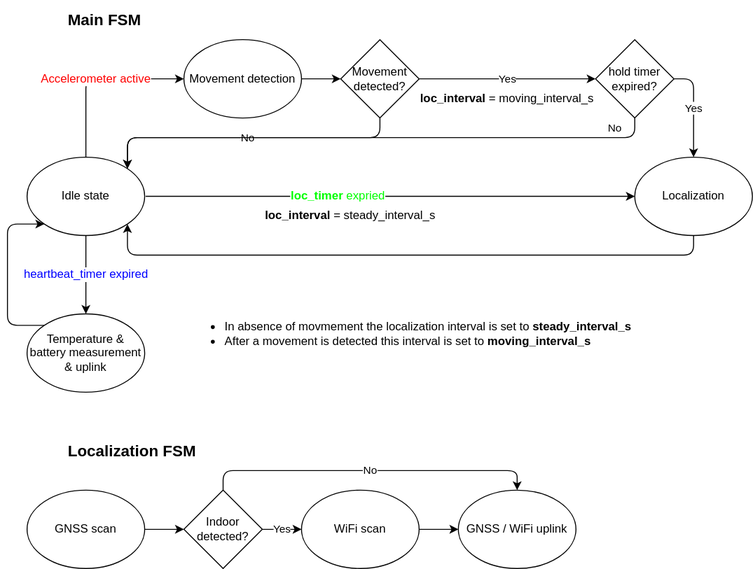
truvami/docs keeps this draw.io diagram as static/img/smart label/fsm.svg. Above is the earlier version. Source tidied: cells renumbered, new cells last; positions are measured from the earlier drawing's top-left corner, leaving out a move shared by most shapes.
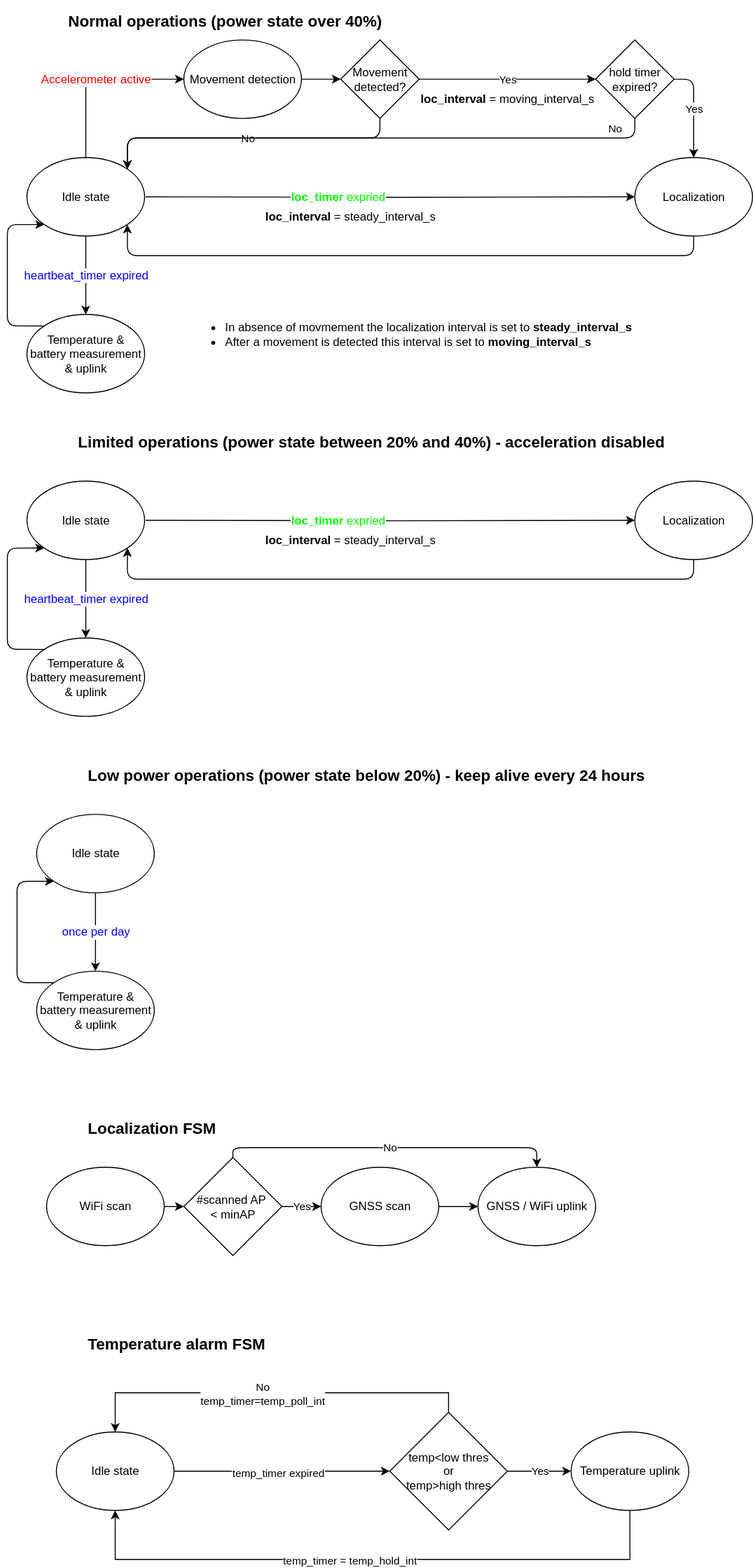
The same diagram one commit later.

Diff of the diagram source:
```diff
@@ -5,11 +5,11 @@
     <mxCell id="2" value="&lt;font color=&quot;#ff0000&quot;&gt;Accelerometer active&lt;/font&gt;" style="edgeStyle=orthogonalEdgeStyle;html=1;exitX=0.5;exitY=0;exitDx=0;exitDy=0;entryX=0;entryY=0.5;entryDx=0;entryDy=0;fontSize=12;" parent="1" edge="1" source="5" target="9">
       <mxGeometry relative="1" as="geometry" />
     </mxCell>
-    <mxCell id="3" value="&lt;font color=&quot;#00ff00&quot;&gt;&lt;b&gt;loc_timer&lt;/b&gt; expried&lt;/font&gt;" style="edgeStyle=orthogonalEdgeStyle;html=1;exitX=1;exitY=0.5;exitDx=0;exitDy=0;fontSize=12;entryX=0;entryY=0.5;entryDx=0;entryDy=0;" parent="1" edge="1" target="7">
-      <mxGeometry x="-0.22" relative="1" as="geometry">
-        <mxPoint x="141" y="200" as="sourcePoint" />
-      </mxGeometry>
-    </mxCell>
+    <mxCell id="32" value="&lt;font color=&quot;#00ff00&quot;&gt;&lt;b&gt;loc_timer&lt;/b&gt; expried&lt;/font&gt;" style="edgeStyle=orthogonalEdgeStyle;html=1;exitX=1;exitY=0.5;exitDx=0;exitDy=0;fontSize=12;entryX=0;entryY=0.5;entryDx=0;entryDy=0;" parent="1" edge="1" target="7">
+      <mxGeometry x="-0.22" relative="1" as="geometry">
+        <mxPoint x="141" y="200" as="sourcePoint" />
+      </mxGeometry>
+    </mxCell>
     <mxCell id="4" value="&lt;font color=&quot;#0000ff&quot; style=&quot;font-size: 12px;&quot;&gt;heartbeat_timer expired&lt;/font&gt;" style="edgeStyle=orthogonalEdgeStyle;html=1;entryX=0.5;entryY=0;entryDx=0;entryDy=0;fontSize=12;fontColor=#FF0000;" parent="1" edge="1" source="5" target="28">
       <mxGeometry relative="1" as="geometry" />
     </mxCell>
@@ -42,38 +42,38 @@
     <mxCell id="12" value="Movement&lt;br&gt;detected?" style="rhombus;whiteSpace=wrap;html=1;" parent="1" vertex="1">
       <mxGeometry x="340" y="40" width="80" height="80" as="geometry" />
     </mxCell>
-    <mxCell id="13" style="edgeStyle=orthogonalEdgeStyle;html=1;exitX=1;exitY=0.5;exitDx=0;exitDy=0;entryX=0;entryY=0.5;entryDx=0;entryDy=0;" parent="1" edge="1" source="14" target="17">
-      <mxGeometry relative="1" as="geometry" />
-    </mxCell>
+    <mxCell id="33" style="edgeStyle=orthogonalEdgeStyle;html=1;exitX=1;exitY=0.5;exitDx=0;exitDy=0;entryX=0;entryY=0.5;entryDx=0;entryDy=0;" parent="1" edge="1" source="19" target="35">
+      <mxGeometry relative="1" as="geometry" />
+    </mxCell>
+    <mxCell id="19" value="WiFi scan" style="ellipse;whiteSpace=wrap;html=1;" parent="1" vertex="1">
+      <mxGeometry x="40" y="1190" width="120" height="80" as="geometry" />
+    </mxCell>
+    <mxCell id="34" value="Yes" style="edgeStyle=orthogonalEdgeStyle;html=1;exitX=1;exitY=0.5;exitDx=0;exitDy=0;entryX=0;entryY=0.5;entryDx=0;entryDy=0;" parent="1" edge="1" source="35" target="14">
+      <mxGeometry relative="1" as="geometry" />
+    </mxCell>
+    <mxCell id="16" value="No" style="edgeStyle=orthogonalEdgeStyle;html=1;exitX=0.5;exitY=0;exitDx=0;exitDy=0;entryX=0.5;entryY=0;entryDx=0;entryDy=0;" parent="1" edge="1" source="35" target="20">
+      <mxGeometry relative="1" as="geometry">
+        <Array as="points">
+          <mxPoint x="230" y="1170" />
+          <mxPoint x="540" y="1170" />
+        </Array>
+      </mxGeometry>
+    </mxCell>
+    <mxCell id="35" value="&lt;div&gt;&lt;span style=&quot;background-color: transparent; color: light-dark(rgb(0, 0, 0), rgb(255, 255, 255));&quot;&gt;#scanned AP&amp;nbsp;&lt;/span&gt;&lt;/div&gt;&lt;div&gt;&amp;lt;&amp;nbsp;&lt;span style=&quot;background-color: transparent; color: light-dark(rgb(0, 0, 0), rgb(255, 255, 255));&quot;&gt;minAP&lt;/span&gt;&lt;/div&gt;" style="rhombus;whiteSpace=wrap;html=1;" parent="1" vertex="1">
+      <mxGeometry x="180" y="1180" width="100" height="100" as="geometry" />
+    </mxCell>
+    <mxCell id="36" style="edgeStyle=orthogonalEdgeStyle;html=1;exitX=1;exitY=0.5;exitDx=0;exitDy=0;entryX=0;entryY=0.5;entryDx=0;entryDy=0;" parent="1" edge="1" source="14" target="20">
+      <mxGeometry relative="1" as="geometry" />
+    </mxCell>
     <mxCell id="14" value="GNSS scan" style="ellipse;whiteSpace=wrap;html=1;" parent="1" vertex="1">
-      <mxGeometry x="20" y="500" width="120" height="80" as="geometry" />
+      <mxGeometry x="320" y="1190" width="120" height="80" as="geometry" />
     </mxCell>
-    <mxCell id="15" value="Yes" style="edgeStyle=orthogonalEdgeStyle;html=1;exitX=1;exitY=0.5;exitDx=0;exitDy=0;entryX=0;entryY=0.5;entryDx=0;entryDy=0;" parent="1" edge="1" source="17" target="19">
-      <mxGeometry relative="1" as="geometry" />
-    </mxCell>
-    <mxCell id="16" value="No" style="edgeStyle=orthogonalEdgeStyle;html=1;exitX=0.5;exitY=0;exitDx=0;exitDy=0;entryX=0.5;entryY=0;entryDx=0;entryDy=0;" parent="1" edge="1" source="17" target="20">
-      <mxGeometry relative="1" as="geometry">
-        <Array as="points">
-          <mxPoint x="220" y="480" />
-          <mxPoint x="520" y="480" />
-        </Array>
-      </mxGeometry>
-    </mxCell>
-    <mxCell id="17" value="Indoor detected?" style="rhombus;whiteSpace=wrap;html=1;" parent="1" vertex="1">
-      <mxGeometry x="180" y="500" width="80" height="80" as="geometry" />
-    </mxCell>
-    <mxCell id="18" style="edgeStyle=orthogonalEdgeStyle;html=1;exitX=1;exitY=0.5;exitDx=0;exitDy=0;entryX=0;entryY=0.5;entryDx=0;entryDy=0;" parent="1" edge="1" source="19" target="20">
-      <mxGeometry relative="1" as="geometry" />
-    </mxCell>
-    <mxCell id="19" value="WiFi scan" style="ellipse;whiteSpace=wrap;html=1;" parent="1" vertex="1">
-      <mxGeometry x="300" y="500" width="120" height="80" as="geometry" />
-    </mxCell>
     <mxCell id="20" value="GNSS / WiFi uplink" style="ellipse;whiteSpace=wrap;html=1;" parent="1" vertex="1">
-      <mxGeometry x="460" y="500" width="120" height="80" as="geometry" />
+      <mxGeometry x="480" y="1190" width="120" height="80" as="geometry" />
     </mxCell>
-    <mxCell id="21" value="Main FSM" style="text;html=1;strokeColor=none;fillColor=none;align=left;verticalAlign=middle;whiteSpace=wrap;rounded=0;fontStyle=1;fontSize=16;" parent="1" vertex="1">
-      <mxGeometry x="60" width="160" height="40" as="geometry" />
-    </mxCell>
+    <mxCell id="37" value="Normal operations (power state over 40%)" style="text;html=1;strokeColor=none;fillColor=none;align=left;verticalAlign=middle;whiteSpace=wrap;rounded=0;fontStyle=1;fontSize=16;" parent="1" vertex="1">
+      <mxGeometry x="60" width="400" height="40" as="geometry" />
+    </mxCell>
     <mxCell id="22" style="edgeStyle=orthogonalEdgeStyle;html=1;exitX=0.5;exitY=1;exitDx=0;exitDy=0;entryX=1;entryY=0;entryDx=0;entryDy=0;fontSize=11;fontColor=#FFFFFF;" parent="1" edge="1" source="24" target="5">
       <mxGeometry relative="1" as="geometry" />
     </mxCell>
@@ -101,7 +101,7 @@
       <mxGeometry x="20" y="320" width="120" height="80" as="geometry" />
     </mxCell>
     <mxCell id="29" value="Localization FSM" style="text;html=1;strokeColor=none;fillColor=none;align=left;verticalAlign=middle;whiteSpace=wrap;rounded=0;fontStyle=1;fontSize=16;" parent="1" vertex="1">
-      <mxGeometry x="60" y="440" width="160" height="40" as="geometry" />
+      <mxGeometry x="80" y="1130" width="160" height="40" as="geometry" />
     </mxCell>
     <mxCell id="30" value="No" style="text;html=1;strokeColor=none;fillColor=none;align=center;verticalAlign=middle;whiteSpace=wrap;rounded=0;fontSize=11;" parent="1" vertex="1">
       <mxGeometry x="600" y="120" width="40" height="20" as="geometry" />
@@ -109,5 +109,106 @@
     <mxCell id="31" value="&lt;ul&gt;&lt;li&gt;In absence of movmement the localization interval is set to &lt;b&gt;steady_interval_s&lt;/b&gt;&lt;br&gt;&lt;/li&gt;&lt;li&gt;After a movement is detected this interval is set to &lt;b&gt;moving_interval_s&lt;/b&gt;&lt;br&gt;&lt;/li&gt;&lt;/ul&gt;" style="text;html=1;strokeColor=none;fillColor=none;align=left;verticalAlign=middle;whiteSpace=wrap;rounded=0;" parent="1" vertex="1">
       <mxGeometry x="180" y="280" width="480" height="120" as="geometry" />
     </mxCell>
+    <mxCell id="38" value="&lt;font color=&quot;#00ff00&quot;&gt;&lt;b&gt;loc_timer&lt;/b&gt; expried&lt;/font&gt;" style="edgeStyle=orthogonalEdgeStyle;html=1;exitX=1;exitY=0.5;exitDx=0;exitDy=0;fontSize=12;entryX=0;entryY=0.5;entryDx=0;entryDy=0;" parent="1" edge="1" target="42">
+      <mxGeometry x="-0.22" relative="1" as="geometry">
+        <mxPoint x="141" y="530" as="sourcePoint" />
+      </mxGeometry>
+    </mxCell>
+    <mxCell id="39" value="&lt;font color=&quot;#0000ff&quot; style=&quot;font-size: 12px;&quot;&gt;heartbeat_timer expired&lt;/font&gt;" style="edgeStyle=orthogonalEdgeStyle;html=1;entryX=0.5;entryY=0;entryDx=0;entryDy=0;fontSize=12;fontColor=#FF0000;" parent="1" edge="1" source="40" target="46">
+      <mxGeometry relative="1" as="geometry" />
+    </mxCell>
+    <mxCell id="40" value="Idle state" style="ellipse;whiteSpace=wrap;html=1;" parent="1" vertex="1">
+      <mxGeometry x="20" y="490" width="120" height="80" as="geometry" />
+    </mxCell>
+    <mxCell id="41" style="edgeStyle=orthogonalEdgeStyle;html=1;exitX=0.5;exitY=1;exitDx=0;exitDy=0;entryX=1;entryY=1;entryDx=0;entryDy=0;fontSize=11;fontColor=#FFFFFF;" parent="1" edge="1" source="42" target="40">
+      <mxGeometry relative="1" as="geometry">
+        <Array as="points">
+          <mxPoint x="700" y="590" />
+          <mxPoint x="122" y="590" />
+        </Array>
+      </mxGeometry>
+    </mxCell>
+    <mxCell id="42" value="Localization" style="ellipse;whiteSpace=wrap;html=1;" parent="1" vertex="1">
+      <mxGeometry x="640" y="490" width="120" height="80" as="geometry" />
+    </mxCell>
+    <mxCell id="43" value="Limited operations (power state between 20% and 40%) - acceleration disabled" style="text;html=1;strokeColor=none;fillColor=none;align=left;verticalAlign=middle;whiteSpace=wrap;rounded=0;fontStyle=1;fontSize=16;" parent="1" vertex="1">
+      <mxGeometry x="70" y="430" width="640" height="40" as="geometry" />
+    </mxCell>
+    <mxCell id="44" value="&lt;b&gt;loc_interval&lt;/b&gt; = steady_interval_s" style="text;html=1;strokeColor=none;fillColor=none;align=center;verticalAlign=middle;whiteSpace=wrap;rounded=0;fontSize=12;" parent="1" vertex="1">
+      <mxGeometry x="260" y="540" width="180" height="20" as="geometry" />
+    </mxCell>
+    <mxCell id="45" style="edgeStyle=orthogonalEdgeStyle;html=1;exitX=0;exitY=0;exitDx=0;exitDy=0;entryX=0;entryY=1;entryDx=0;entryDy=0;fontSize=11;fontColor=#FF0000;" parent="1" edge="1" source="46" target="40">
+      <mxGeometry relative="1" as="geometry">
+        <Array as="points">
+          <mxPoint y="662" />
+          <mxPoint y="558" />
+        </Array>
+      </mxGeometry>
+    </mxCell>
+    <mxCell id="46" value="Temperature &amp;amp; battery measurement &amp;amp; uplink" style="ellipse;whiteSpace=wrap;html=1;" parent="1" vertex="1">
+      <mxGeometry x="20" y="650" width="120" height="80" as="geometry" />
+    </mxCell>
+    <mxCell id="47" value="&lt;font color=&quot;#0000ff&quot; style=&quot;font-size: 12px;&quot;&gt;once per day&lt;/font&gt;" style="edgeStyle=orthogonalEdgeStyle;html=1;entryX=0.5;entryY=0;entryDx=0;entryDy=0;fontSize=12;fontColor=#FF0000;" parent="1" edge="1" source="48" target="51">
+      <mxGeometry relative="1" as="geometry" />
+    </mxCell>
+    <mxCell id="48" value="Idle state" style="ellipse;whiteSpace=wrap;html=1;" parent="1" vertex="1">
+      <mxGeometry x="29.9" y="830" width="120" height="80" as="geometry" />
+    </mxCell>
+    <mxCell id="49" value="Low power operations (power state below 20%) - keep alive every 24 hours" style="text;html=1;strokeColor=none;fillColor=none;align=left;verticalAlign=middle;whiteSpace=wrap;rounded=0;fontStyle=1;fontSize=16;" parent="1" vertex="1">
+      <mxGeometry x="79.9" y="770" width="600.1" height="40" as="geometry" />
+    </mxCell>
+    <mxCell id="50" style="edgeStyle=orthogonalEdgeStyle;html=1;exitX=0;exitY=0;exitDx=0;exitDy=0;entryX=0;entryY=1;entryDx=0;entryDy=0;fontSize=11;fontColor=#FF0000;" parent="1" edge="1" source="51" target="48">
+      <mxGeometry relative="1" as="geometry">
+        <Array as="points">
+          <mxPoint x="9.9" y="1002" />
+          <mxPoint x="9.9" y="898" />
+        </Array>
+      </mxGeometry>
+    </mxCell>
+    <mxCell id="51" value="Temperature &amp;amp; battery measurement &amp;amp; uplink" style="ellipse;whiteSpace=wrap;html=1;" parent="1" vertex="1">
+      <mxGeometry x="29.9" y="990" width="120" height="80" as="geometry" />
+    </mxCell>
+    <mxCell id="52" value="Temperature alarm FSM" style="text;html=1;strokeColor=none;fillColor=none;align=left;verticalAlign=middle;whiteSpace=wrap;rounded=0;fontStyle=1;fontSize=16;" parent="1" vertex="1">
+      <mxGeometry x="80" y="1350" width="200.1" height="40" as="geometry" />
+    </mxCell>
+    <mxCell id="53" style="edgeStyle=orthogonalEdgeStyle;html=1;exitX=1;exitY=0.5;exitDx=0;exitDy=0;entryX=0;entryY=0.5;entryDx=0;entryDy=0;" parent="1" edge="1" source="55" target="59">
+      <mxGeometry relative="1" as="geometry" />
+    </mxCell>
+    <mxCell id="54" value="temp_timer expired" style="edgeLabel;html=1;align=center;verticalAlign=middle;" parent="53" vertex="1">
+      <mxGeometry x="-0.05" relative="1" as="geometry">
+        <mxPoint y="1" as="offset" />
+      </mxGeometry>
+    </mxCell>
+    <mxCell id="55" value="Idle state" style="ellipse;whiteSpace=wrap;html=1;" parent="1" vertex="1">
+      <mxGeometry x="50" y="1460" width="120" height="80" as="geometry" />
+    </mxCell>
+    <mxCell id="56" value="Yes" style="edgeStyle=orthogonalEdgeStyle;html=1;exitX=1;exitY=0.5;exitDx=0;exitDy=0;entryX=0;entryY=0.5;entryDx=0;entryDy=0;" parent="1" edge="1" source="59" target="62">
+      <mxGeometry relative="1" as="geometry" />
+    </mxCell>
+    <mxCell id="57" style="edgeStyle=orthogonalEdgeStyle;rounded=0;jettySize=auto;html=1;exitX=0.5;exitY=0;exitDx=0;exitDy=0;entryX=0.5;entryY=0;entryDx=0;entryDy=0;" parent="1" edge="1" source="59" target="55">
+      <mxGeometry relative="1" as="geometry" />
+    </mxCell>
+    <mxCell id="58" value="No&lt;div&gt;temp_timer=temp_poll_int&lt;/div&gt;" style="edgeLabel;html=1;align=center;verticalAlign=middle;" parent="57" vertex="1">
+      <mxGeometry x="0.06" relative="1" as="geometry" />
+    </mxCell>
+    <mxCell id="59" value="&lt;div&gt;temp&amp;lt;low thres&lt;br&gt;or&lt;/div&gt;&lt;div&gt;temp&amp;gt;high thres&lt;/div&gt;" style="rhombus;whiteSpace=wrap;html=1;" parent="1" vertex="1">
+      <mxGeometry x="390" y="1440" width="120" height="120" as="geometry" />
+    </mxCell>
+    <mxCell id="60" style="edgeStyle=orthogonalEdgeStyle;rounded=0;jettySize=auto;html=1;entryX=0.5;entryY=1;entryDx=0;entryDy=0;" parent="1" edge="1" source="62" target="55">
+      <mxGeometry relative="1" as="geometry">
+        <Array as="points">
+          <mxPoint x="635" y="1590" />
+          <mxPoint x="110" y="1590" />
+        </Array>
+      </mxGeometry>
+    </mxCell>
+    <mxCell id="61" value="temp_timer = temp_hold_int" style="edgeLabel;html=1;align=center;verticalAlign=middle;" parent="60" vertex="1">
+      <mxGeometry x="0.09" y="-1" relative="1" as="geometry">
+        <mxPoint x="5" y="1" as="offset" />
+      </mxGeometry>
+    </mxCell>
+    <mxCell id="62" value="Temperature uplink" style="ellipse;whiteSpace=wrap;html=1;" parent="1" vertex="1">
+      <mxGeometry x="575" y="1460" width="120" height="80" as="geometry" />
+    </mxCell>
   </root>
 </mxGraphModel>
```
